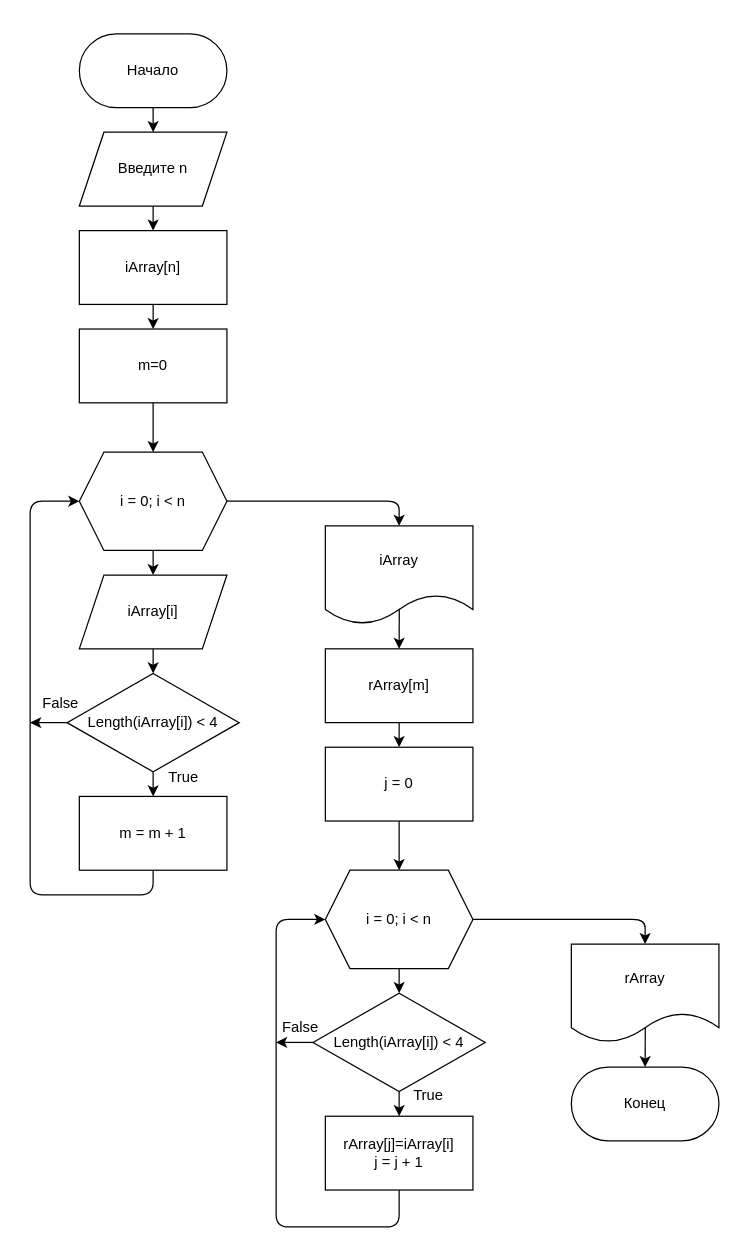
This is flowChart.drawio from Zep314/ControlHomeWork1, a draw.io file, before an edit. Source tidied: cells renumbered, new cells numbered last; positions are measured from the earlier drawing's top-left corner, leaving out a move shared by most shapes. Both pictures are drawn from the tidied source at 123%, with x=0, y=0 at pixel (30, 33).
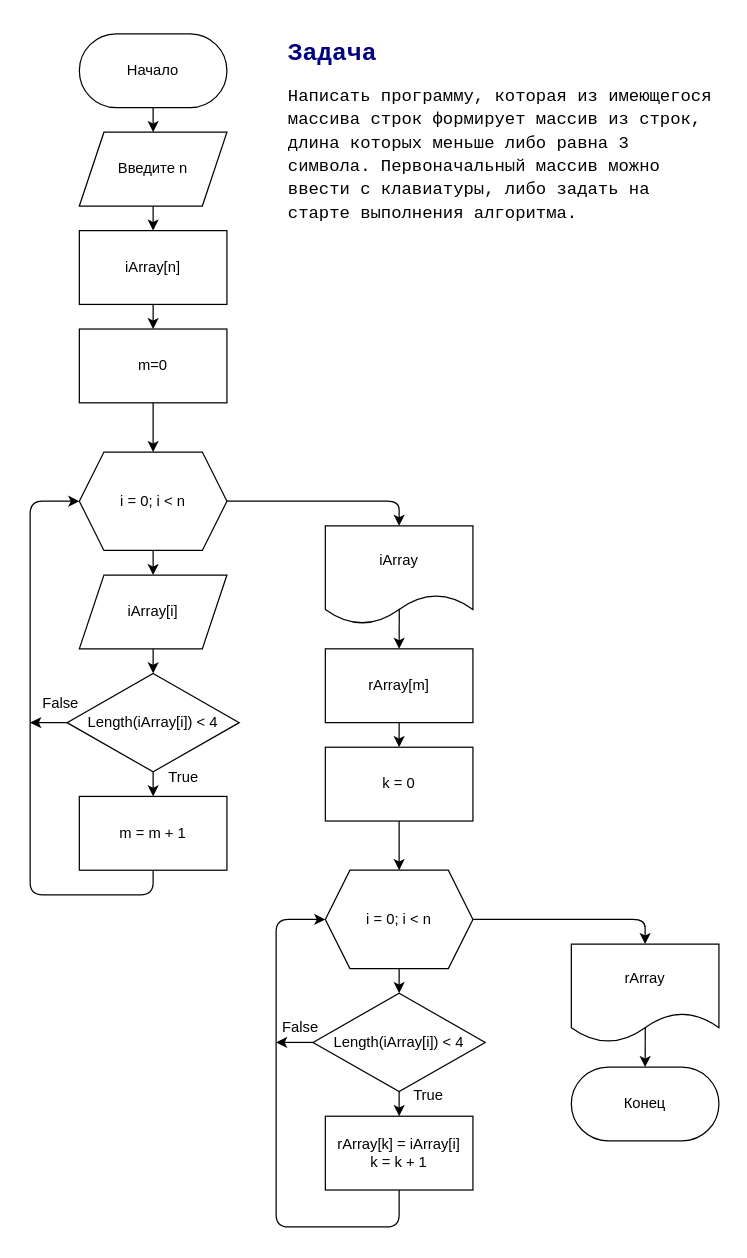
After the change.

Diff of the diagram source:
```diff
@@
-    <mxCell id="28" value="j = 0" style="rounded=0;whiteSpace=wrap;html=1;" parent="1" vertex="1">
+    <mxCell id="28" value="k = 0" style="rounded=0;whiteSpace=wrap;html=1;" parent="1" vertex="1">
       <mxGeometry x="240" y="580" width="120" height="60" as="geometry" />
     </mxCell>
@@
-    <mxCell id="33" value="rArray[j]=iArray[i]&lt;br&gt;j = j + 1" style="rounded=0;whiteSpace=wrap;html=1;" parent="1" vertex="1">
+    <mxCell id="33" value="rArray[k] = iArray[i]&lt;br&gt;k = k + 1" style="rounded=0;whiteSpace=wrap;html=1;" parent="1" vertex="1">
       <mxGeometry x="240" y="880" width="120" height="60" as="geometry" />
     </mxCell>
@@
+    <mxCell id="41" value="&lt;h1&gt;&lt;div style=&quot;font-family: &amp;#34;consolas&amp;#34; , &amp;#34;courier new&amp;#34; , monospace ; line-height: 19px&quot;&gt;&lt;span style=&quot;color: rgb(0 , 0 , 128)&quot;&gt;&lt;font style=&quot;font-size: 20px&quot;&gt;Задача&lt;/font&gt;&lt;/span&gt;&lt;/div&gt;&lt;/h1&gt;&lt;div style=&quot;font-family: &amp;#34;consolas&amp;#34; , &amp;#34;courier new&amp;#34; , monospace ; font-size: 14px ; line-height: 19px&quot;&gt;Написать программу, которая из имеющегося массива строк формирует массив из строк, длина которых меньше либо равна 3 символа. Первоначальный массив можно ввести с клавиатуры, либо задать на старте выполнения алгоритма.&lt;/div&gt;" style="text;html=1;strokeColor=none;fillColor=none;spacing=5;spacingTop=-20;whiteSpace=wrap;overflow=hidden;rounded=0;" parent="1" vertex="1">
+      <mxGeometry x="205" width="360" height="180" as="geometry" />
+    </mxCell>
```
